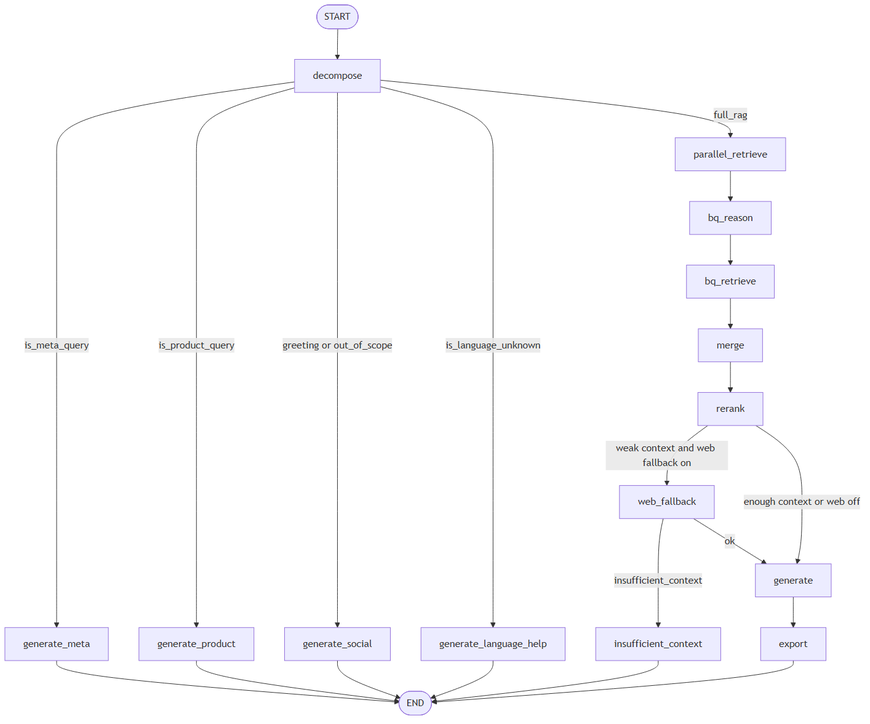
Before: ml-eng/ml/rag/docs/diagrams/png/runtime_graph.png, a diagram exported from Mermaid (chidiebereopentrace/data-team). Its source is kept beside it as ml-eng/ml/rag/docs/diagrams/runtime_graph.mmd. Source of this version:
```mermaid
flowchart TB
  START([START]) --> decompose

  decompose -->|is_meta_query| generate_meta
  decompose -->|is_product_query| generate_product
  decompose -->|greeting or out_of_scope| generate_social
  decompose -->|is_language_unknown| generate_language_help
  decompose -->|full_rag| parallel_retrieve

  generate_meta --> ENDNODE([END])
  generate_product --> ENDNODE
  generate_social --> ENDNODE
  generate_language_help --> ENDNODE

  parallel_retrieve --> bq_reason --> bq_retrieve --> merge --> rerank

  rerank -->|weak context and web fallback on| web_fallback
  rerank -->|enough context or web off| generate

  web_fallback -->|insufficient_context| insufficient_context
  web_fallback -->|ok| generate

  insufficient_context --> ENDNODE
  generate --> export --> ENDNODE
```
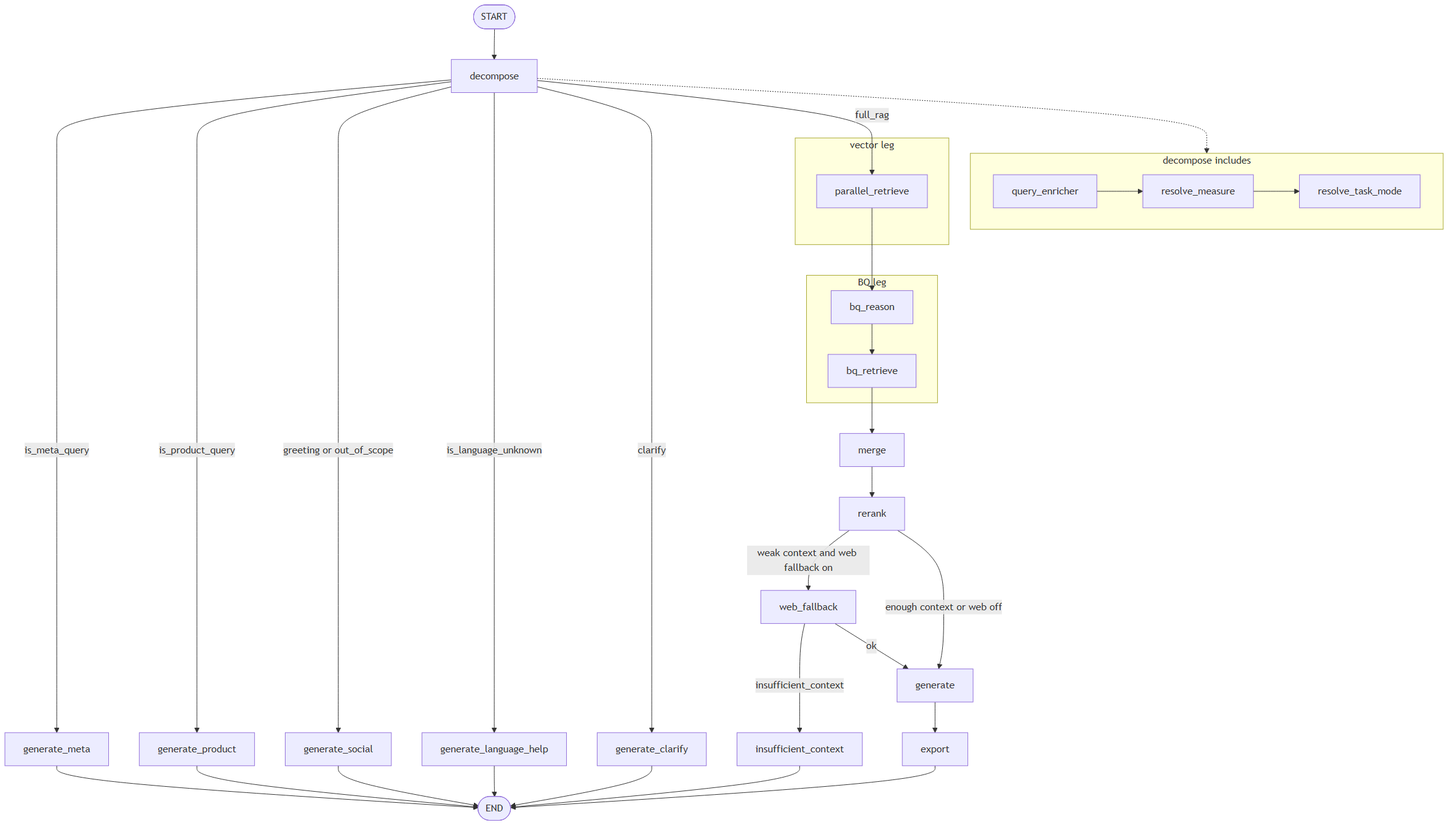
The same file after the commit.

Diff of the diagram source:
```diff
@@ -1,18 +1,39 @@
 flowchart TB
   START([START]) --> decompose
+
+  subgraph decomposeInternals [decompose includes]
+    enricher[query_enricher]
+    ontology[resolve_measure]
+    taskMode[resolve_task_mode]
+    enricher --> ontology --> taskMode
+  end
+
+  decompose -.-> decomposeInternals
 
   decompose -->|is_meta_query| generate_meta
   decompose -->|is_product_query| generate_product
   decompose -->|greeting or out_of_scope| generate_social
   decompose -->|is_language_unknown| generate_language_help
+  decompose -->|clarify| generate_clarify
   decompose -->|full_rag| parallel_retrieve
 
   generate_meta --> ENDNODE([END])
   generate_product --> ENDNODE
   generate_social --> ENDNODE
   generate_language_help --> ENDNODE
+  generate_clarify --> ENDNODE
 
-  parallel_retrieve --> bq_reason --> bq_retrieve --> merge --> rerank
+  subgraph vectorLeg [vector leg]
+    parallel_retrieve
+  end
+
+  subgraph bqLeg [BQ leg]
+    bq_reason --> bq_retrieve
+  end
+
+  parallel_retrieve --> bq_reason
+  bq_retrieve --> merge
+  merge --> rerank
 
   rerank -->|weak context and web fallback on| web_fallback
   rerank -->|enough context or web off| generate
```
